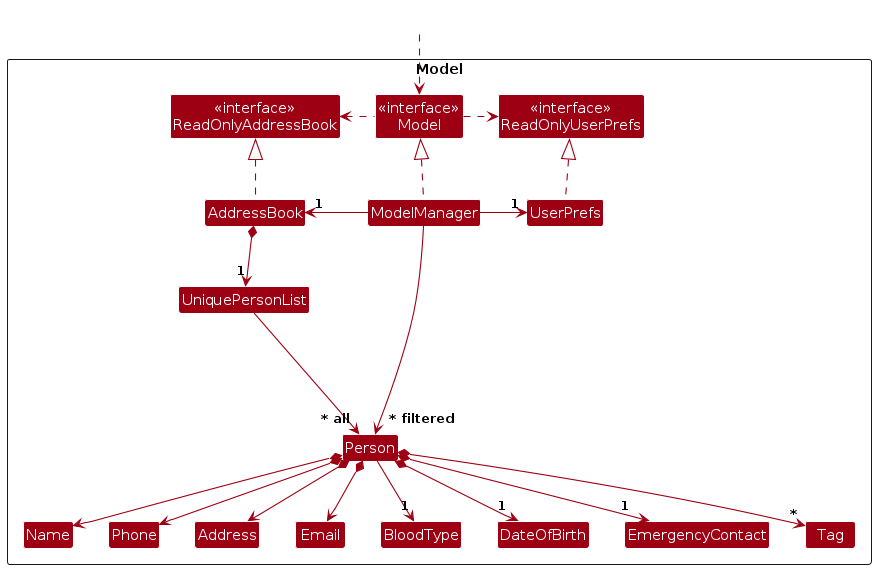
The PlantUML diagram diagrams/ModelClassDiagram.png in AY2627S1-CS2103T-T09-4/tp, before a commit. Its source is kept beside it as diagrams/ModelClassDiagram.puml.
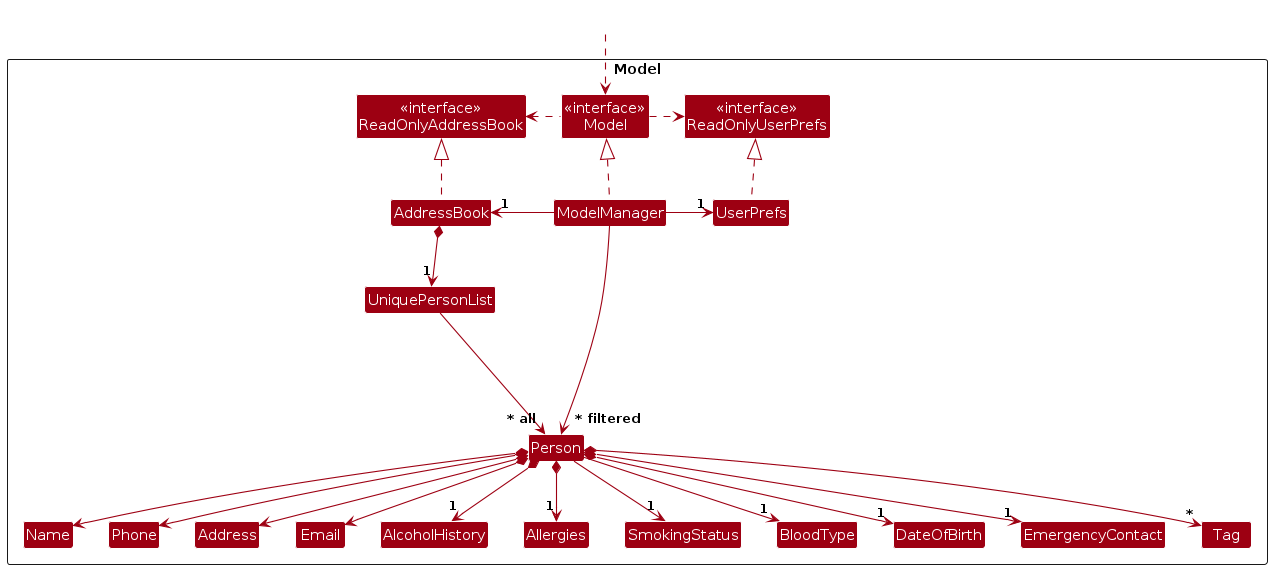
The same diagram one commit later.

The edit, as a diff of the source:
```diff
@@ -15,6 +15,9 @@
 Class UniquePersonList
 Class Person
 Class Address
+Class AlcoholHistory
+Class Allergies
+Enum SmokingStatus
 Enum BloodType
 Class DateOfBirth
 Class Email
@@ -47,6 +50,9 @@
 Person *--> "1" EmergencyContact
 Person *--> Email
 Person *--> Address
+Person *--> "1" Allergies
+Person *--> "1" AlcoholHistory
+Person --> "1" SmokingStatus
 Person *--> "*" Tag
 
 Person -[hidden]up--> I
```
